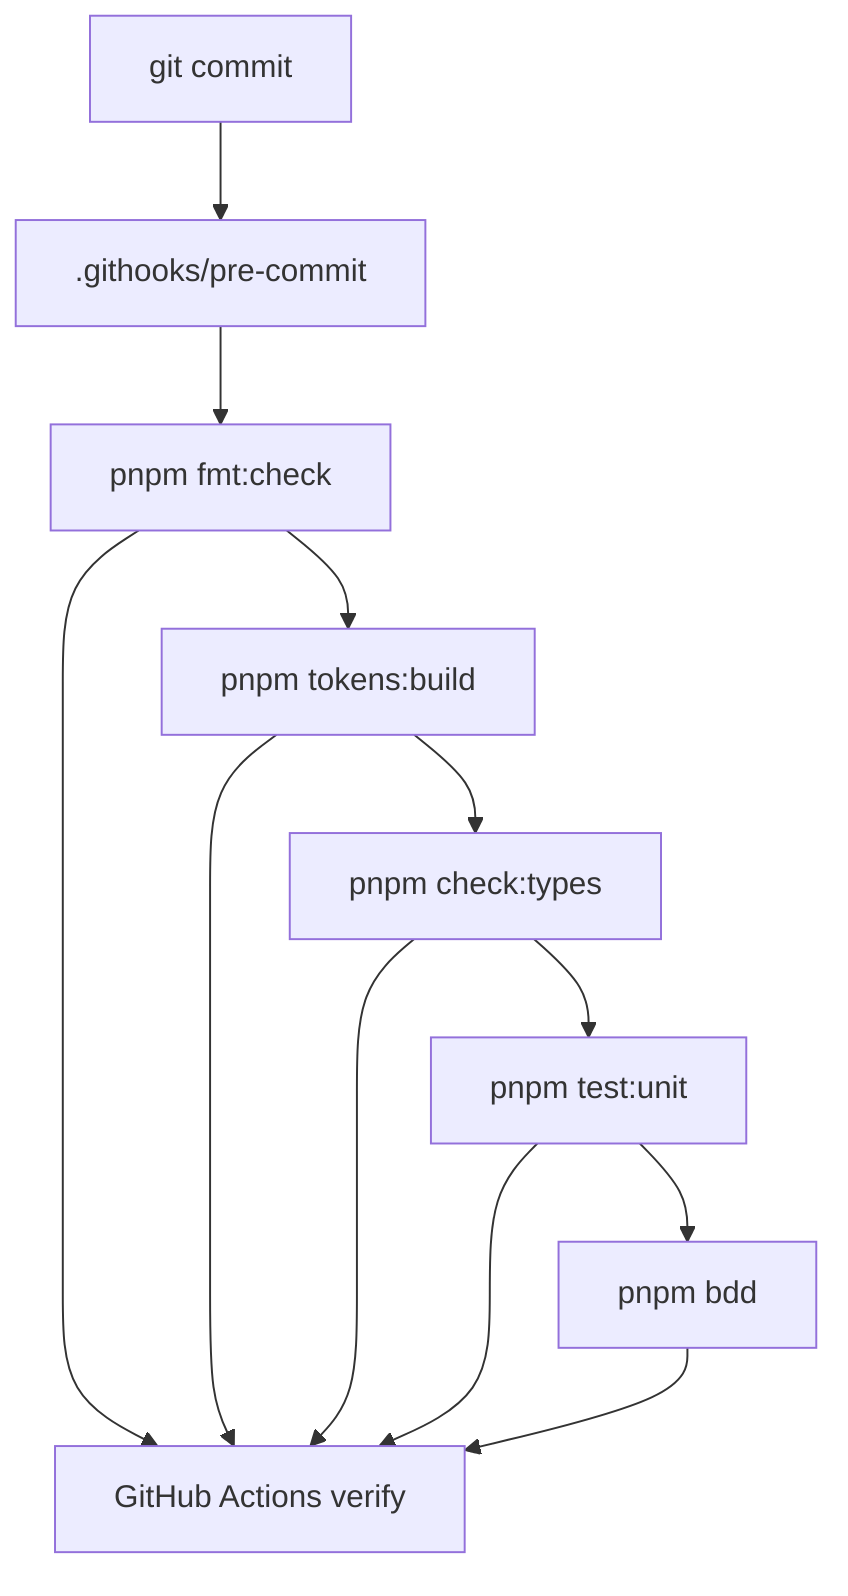
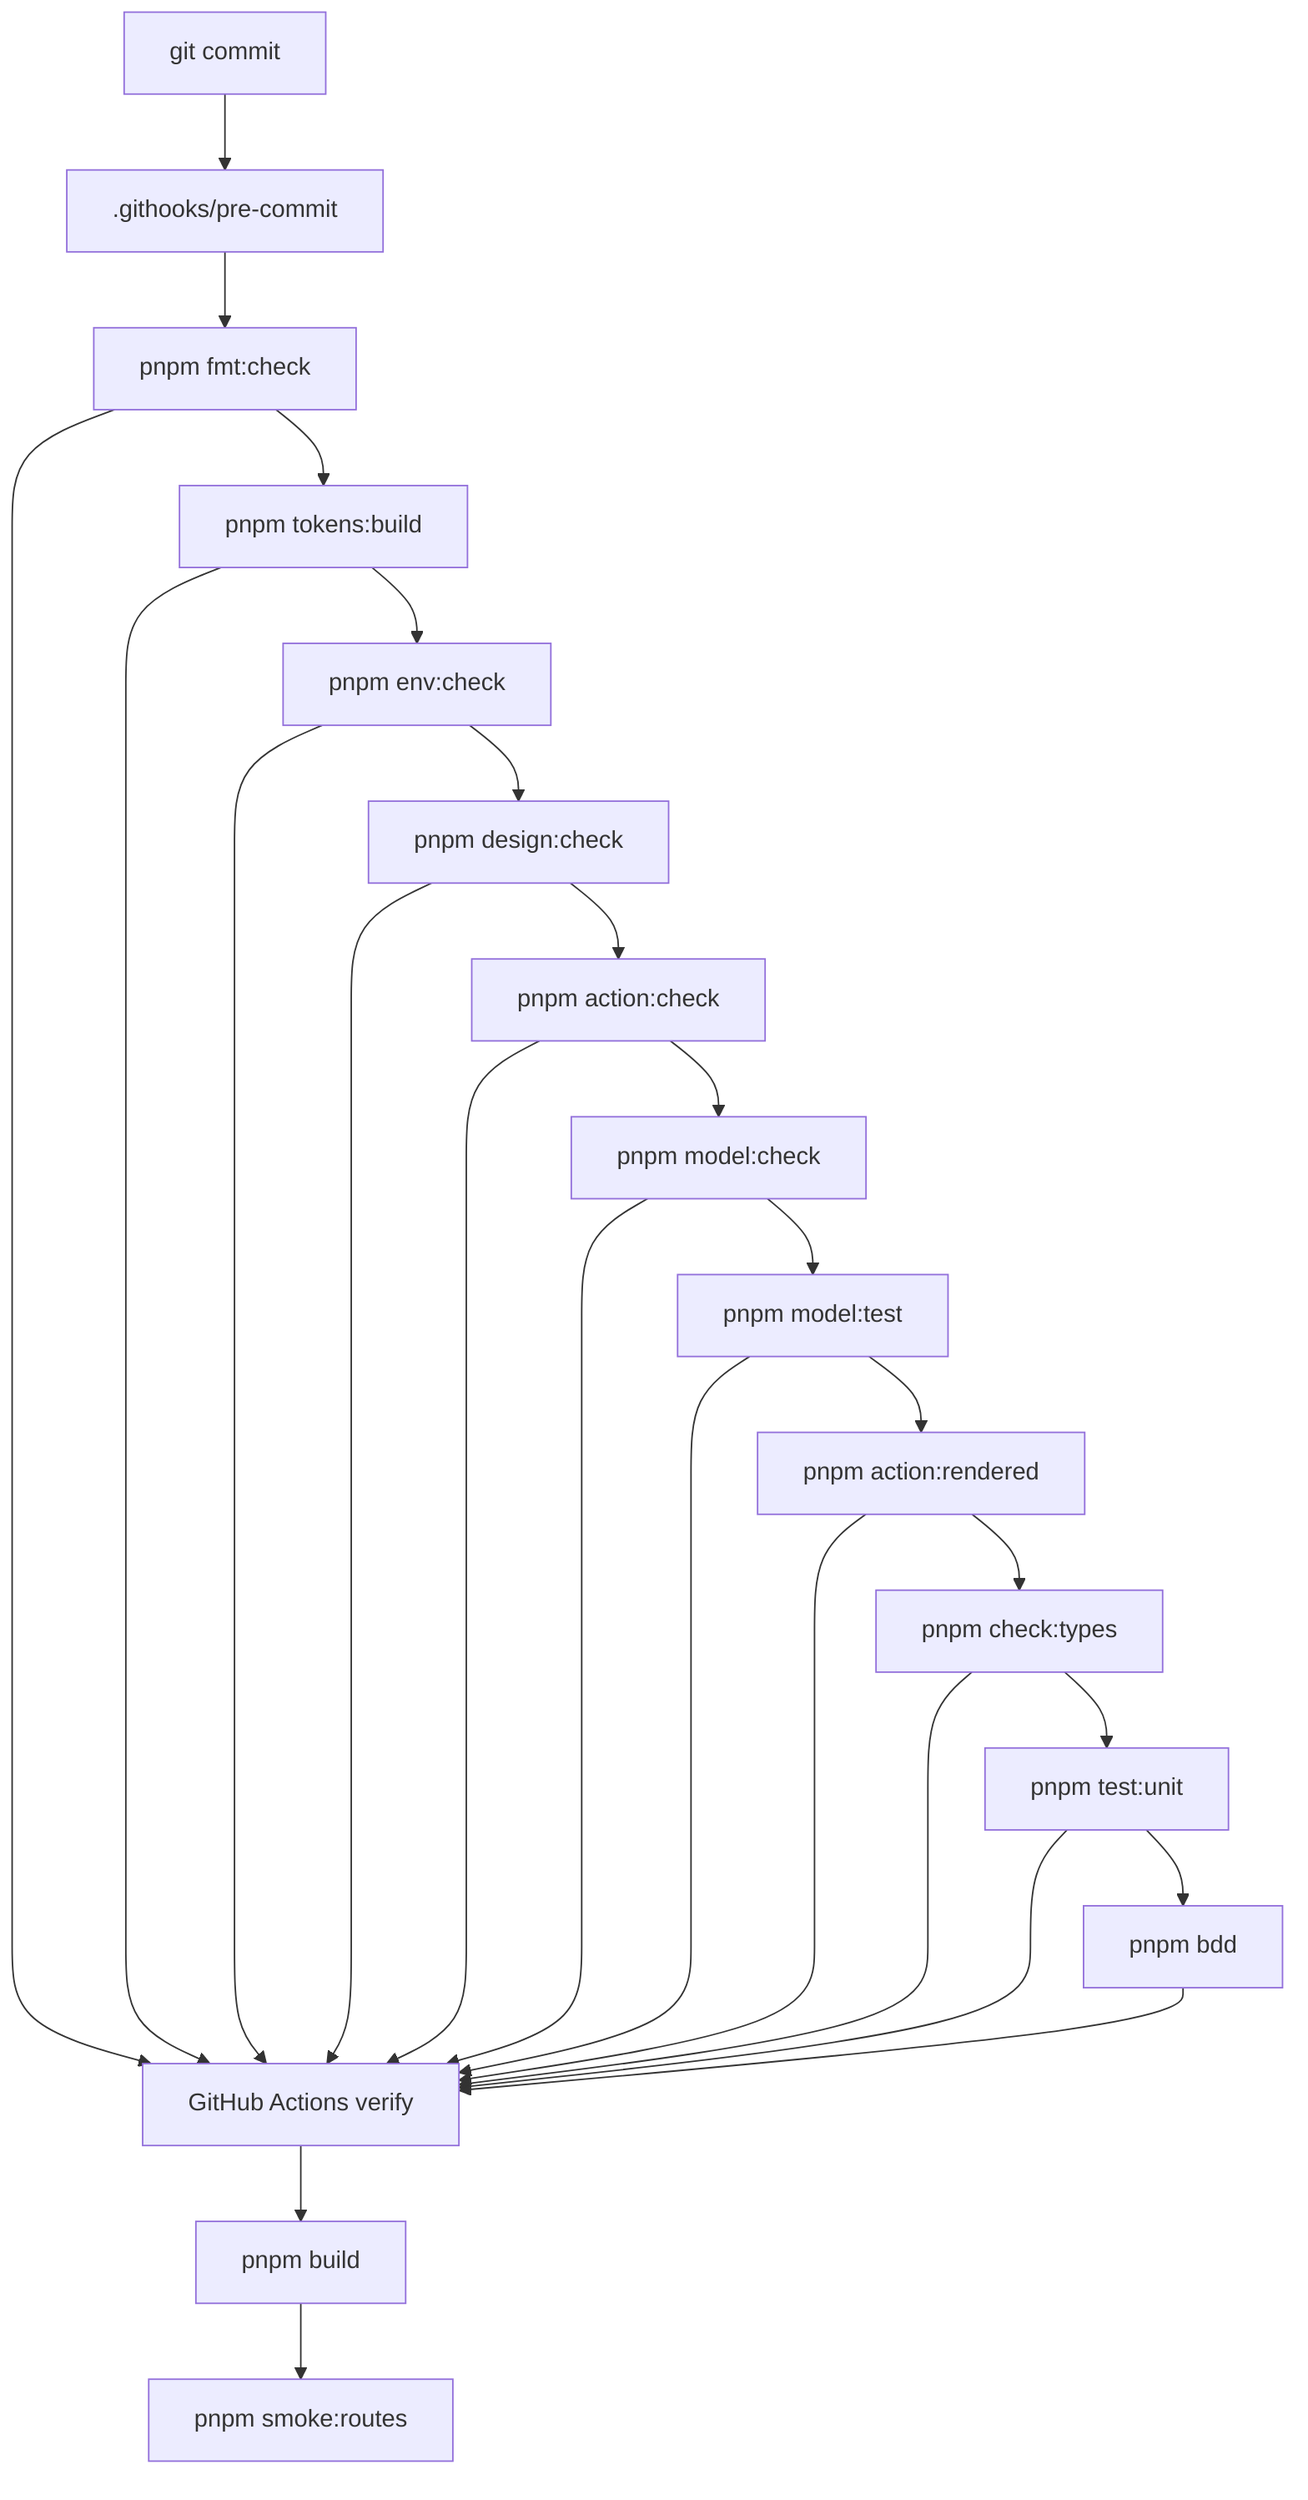
flowchart TD
  Commit[git commit]
  Hook[.githooks/pre-commit]
  Format[pnpm fmt:check]
  Tokens[pnpm tokens:build]
+   Env[pnpm env:check]
+   Design[pnpm design:check]
+   Action[pnpm action:check]
+   Model[pnpm model:check]
+   ModelTest[pnpm model:test]
+   Rendered[pnpm action:rendered]
  Types[pnpm check:types]
  Unit[pnpm test:unit]
  BDD[pnpm bdd]
+   Build[pnpm build]
+   Smoke[pnpm smoke:routes]
  CI[GitHub Actions verify]

-   Commit --> Hook --> Format --> Tokens --> Types --> Unit --> BDD
+   Commit --> Hook --> Format --> Tokens --> Env --> Design --> Action --> Model --> ModelTest --> Rendered --> Types --> Unit --> BDD
  Format --> CI
  Tokens --> CI
+   Env --> CI
+   Design --> CI
+   Action --> CI
+   Model --> CI
+   ModelTest --> CI
+   Rendered --> CI
  Types --> CI
  Unit --> CI
  BDD --> CI
+   CI --> Build --> Smoke
